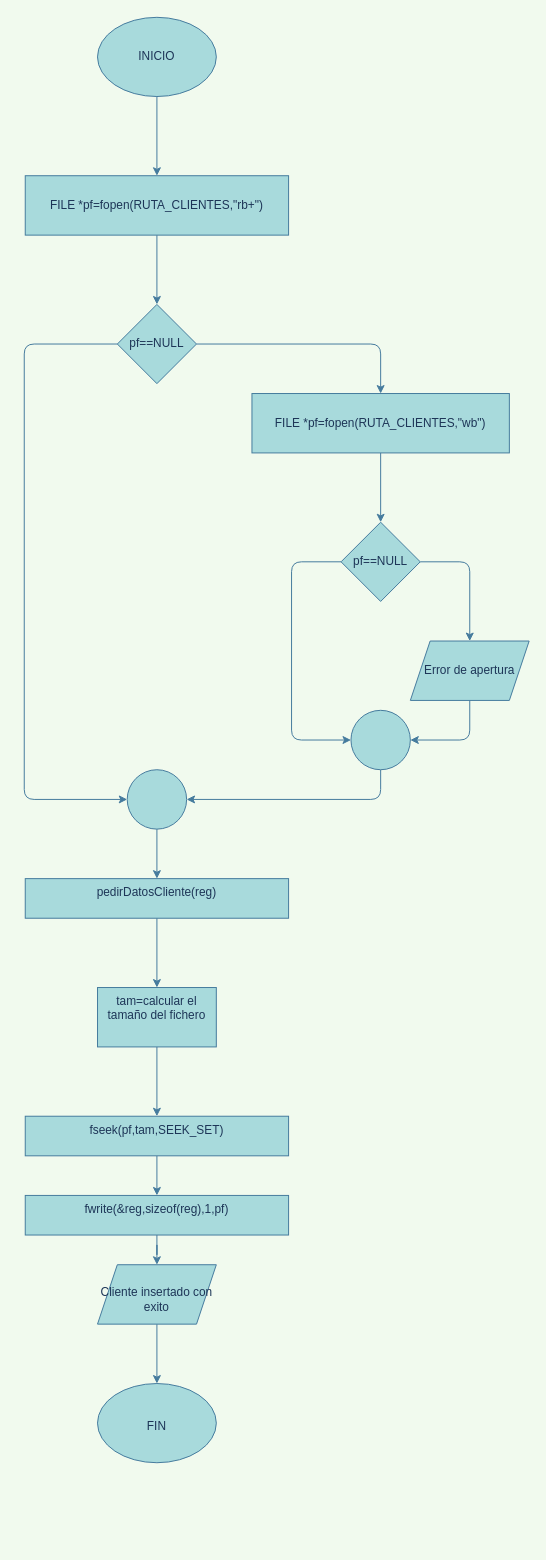
The draw.io diagram page "darDeAltaCliente" (1 of 4) of ProyectoCXabierGarrote/ProyectoCXabierGarrote/OpcionesMenuClientes.drawio in xabier100/PROGRAMACION_Proyecto_Servicios, before the edit. Source tidied: cells renumbered, new cells numbered last; positions are measured from the earlier drawing's top-left corner, leaving out a move shared by most shapes. Both pictures are drawn from the tidied source at 99%, with x=0, y=0 at pixel (24, 17).
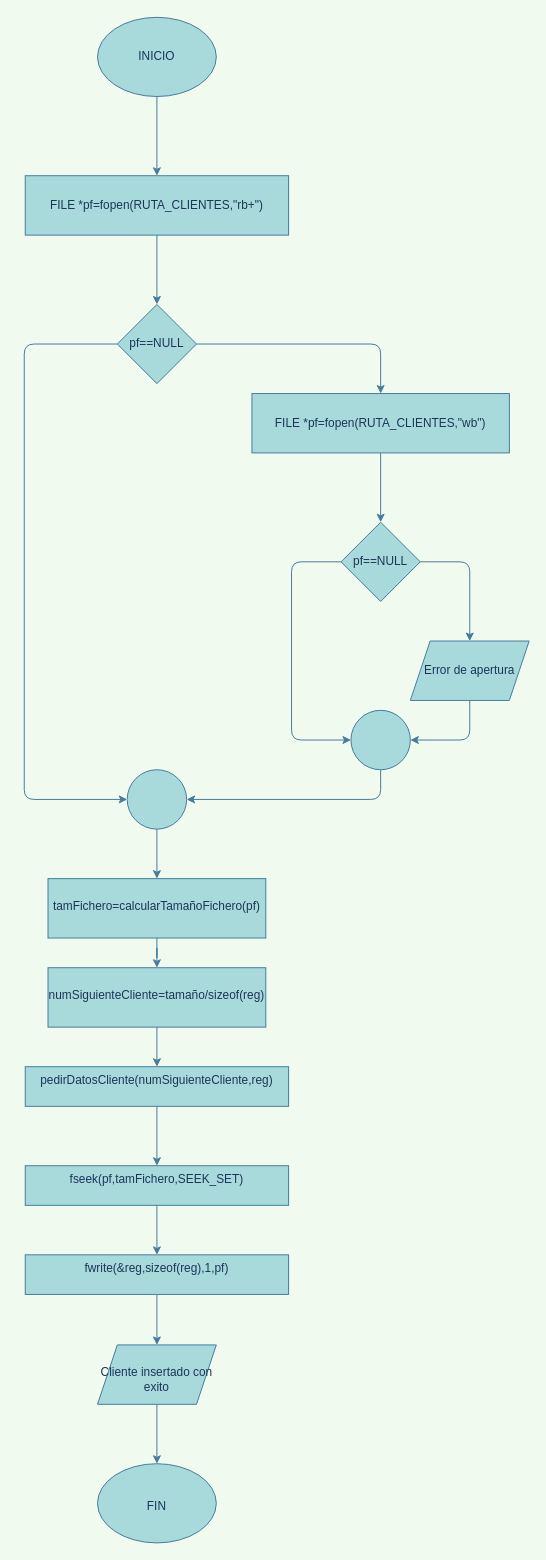
The same diagram, later.

The change refers to these unchanged cells:
```xml
<mxCell id="19" style="verticalLabelPosition=bottom;verticalAlign=top;html=1;shape=mxgraph.flowchart.on-page_reference;rounded=0;sketch=0;strokeColor=#457B9D;fillColor=#A8DADC;fontColor=#1D3557;" parent="1" vertex="1">
  <mxGeometry x="104" y="760" width="60" height="60" as="geometry" />
</mxCell>
```

What changed in the source:
```diff
@@
-    <mxCell id="18" style="edgeStyle=orthogonalEdgeStyle;rounded=0;jettySize=auto;html=1;entryX=0.5;entryY=0;entryDx=0;entryDy=0;labelBackgroundColor=#F1FAEE;strokeColor=#457B9D;fontColor=#1D3557;" parent="1" edge="1" source="19" target="27">
-      <mxGeometry relative="1" as="geometry" />
-    </mxCell>
+    <mxCell id="31" style="edgeStyle=orthogonalEdgeStyle;rounded=0;jettySize=auto;html=1;labelBackgroundColor=#F1FAEE;strokeColor=#457B9D;fontColor=#1D3557;" parent="1" edge="1" source="19" target="34">
+      <mxGeometry relative="1" as="geometry" />
+    </mxCell>
@@
-    <mxCell id="20" style="edgeStyle=orthogonalEdgeStyle;rounded=0;jettySize=auto;html=1;labelBackgroundColor=#F1FAEE;strokeColor=#457B9D;fontColor=#1D3557;" parent="1" edge="1" source="21" target="23">
-      <mxGeometry relative="1" as="geometry" />
-    </mxCell>
-    <mxCell id="21" value="tam=calcular el tamaño del fichero" style="whiteSpace=wrap;html=1;rounded=0;fontColor=#1D3557;verticalAlign=top;strokeColor=#457B9D;fillColor=#A8DADC;sketch=0;" parent="1" vertex="1">
-      <mxGeometry x="74" y="980" width="120" height="60" as="geometry" />
-    </mxCell>
-    <mxCell id="22" style="edgeStyle=orthogonalEdgeStyle;rounded=0;jettySize=auto;html=1;labelBackgroundColor=#F1FAEE;strokeColor=#457B9D;fontColor=#1D3557;" parent="1" edge="1" source="23" target="25">
+    <mxCell id="22" style="edgeStyle=orthogonalEdgeStyle;rounded=0;jettySize=auto;html=1;strokeColor=#457B9D;fontColor=#1D3557;labelBackgroundColor=#F1FAEE;" parent="1" edge="1" source="23" target="25">
       <mxGeometry relative="1" as="geometry" />
     </mxCell>
-    <mxCell id="23" value="fseek(pf,tam,SEEK_SET)" style="whiteSpace=wrap;html=1;rounded=0;fontColor=#1D3557;verticalAlign=top;strokeColor=#457B9D;fillColor=#A8DADC;sketch=0;" parent="1" vertex="1">
-      <mxGeometry x="1" y="1110" width="266" height="40" as="geometry" />
+    <mxCell id="23" value="fseek(pf,tamFichero,SEEK_SET)" style="whiteSpace=wrap;html=1;rounded=0;fontColor=#1D3557;verticalAlign=top;strokeColor=#457B9D;fillColor=#A8DADC;sketch=0;" parent="1" vertex="1">
+      <mxGeometry x="1" y="1160" width="266" height="40" as="geometry" />
     </mxCell>
-    <mxCell id="24" style="edgeStyle=orthogonalEdgeStyle;rounded=0;jettySize=auto;html=1;labelBackgroundColor=#F1FAEE;strokeColor=#457B9D;fontColor=#1D3557;" parent="1" edge="1" source="25" target="30">
+    <mxCell id="24" style="edgeStyle=orthogonalEdgeStyle;rounded=0;jettySize=auto;html=1;strokeColor=#457B9D;fontColor=#1D3557;labelBackgroundColor=#F1FAEE;" parent="1" edge="1" source="25" target="30">
       <mxGeometry relative="1" as="geometry" />
     </mxCell>
     <mxCell id="25" value="fwrite(&amp;amp;reg,sizeof(reg),1,pf)" style="whiteSpace=wrap;html=1;rounded=0;fontColor=#1D3557;verticalAlign=top;strokeColor=#457B9D;fillColor=#A8DADC;sketch=0;" parent="1" vertex="1">
-      <mxGeometry x="1" y="1190" width="266" height="40" as="geometry" />
+      <mxGeometry x="1" y="1250" width="266" height="40" as="geometry" />
     </mxCell>
-    <mxCell id="26" style="edgeStyle=orthogonalEdgeStyle;rounded=0;jettySize=auto;html=1;labelBackgroundColor=#F1FAEE;strokeColor=#457B9D;fontColor=#1D3557;" parent="1" edge="1" source="27" target="21">
-      <mxGeometry relative="1" as="geometry" />
-    </mxCell>
+    <mxCell id="32" style="edgeStyle=orthogonalEdgeStyle;rounded=0;jettySize=auto;html=1;labelBackgroundColor=#F1FAEE;strokeColor=#457B9D;fontColor=#1D3557;" parent="1" edge="1" source="27" target="23">
+      <mxGeometry relative="1" as="geometry" />
+    </mxCell>
-    <mxCell id="27" value="pedirDatosCliente(reg)" style="whiteSpace=wrap;html=1;rounded=0;fontColor=#1D3557;verticalAlign=top;strokeColor=#457B9D;fillColor=#A8DADC;sketch=0;" parent="1" vertex="1">
-      <mxGeometry x="1" y="870" width="266" height="40" as="geometry" />
+    <mxCell id="27" value="pedirDatosCliente(numSiguienteCliente,reg)" style="whiteSpace=wrap;html=1;rounded=0;fontColor=#1D3557;verticalAlign=top;strokeColor=#457B9D;fillColor=#A8DADC;sketch=0;" parent="1" vertex="1">
+      <mxGeometry x="1" y="1060" width="266" height="40" as="geometry" />
     </mxCell>
     <mxCell id="28" value="&lt;br&gt;&lt;br&gt;FIN" style="ellipse;whiteSpace=wrap;html=1;rounded=0;fontColor=#1D3557;verticalAlign=top;strokeColor=#457B9D;fillColor=#A8DADC;sketch=0;" parent="1" vertex="1">
-      <mxGeometry x="74" y="1380" width="120" height="80" as="geometry" />
+      <mxGeometry x="74" y="1461" width="120" height="80" as="geometry" />
     </mxCell>
-    <mxCell id="29" style="edgeStyle=orthogonalEdgeStyle;rounded=0;jettySize=auto;html=1;labelBackgroundColor=#F1FAEE;strokeColor=#457B9D;fontColor=#1D3557;" parent="1" edge="1" source="30" target="28">
+    <mxCell id="29" style="edgeStyle=orthogonalEdgeStyle;rounded=0;jettySize=auto;html=1;strokeColor=#457B9D;fontColor=#1D3557;labelBackgroundColor=#F1FAEE;" parent="1" edge="1" source="30" target="28">
       <mxGeometry relative="1" as="geometry" />
     </mxCell>
     <mxCell id="30" value="&lt;br&gt;Cliente insertado con exito" style="shape=parallelogram;perimeter=parallelogramPerimeter;whiteSpace=wrap;html=1;fixedSize=1;rounded=0;fontColor=#1D3557;verticalAlign=top;strokeColor=#457B9D;fillColor=#A8DADC;sketch=0;" parent="1" vertex="1">
-      <mxGeometry x="74" y="1260" width="120" height="60" as="geometry" />
+      <mxGeometry x="74" y="1341" width="120" height="60" as="geometry" />
     </mxCell>
+    <mxCell id="33" style="edgeStyle=orthogonalEdgeStyle;rounded=0;jettySize=auto;html=1;labelBackgroundColor=#F1FAEE;strokeColor=#457B9D;fontColor=#1D3557;" parent="1" edge="1" source="34" target="36">
+      <mxGeometry relative="1" as="geometry" />
+    </mxCell>
+    <mxCell id="34" value="&lt;br&gt;tamFichero=calcularTamañoFichero(pf)" style="whiteSpace=wrap;html=1;rounded=0;fontColor=#1D3557;verticalAlign=top;strokeColor=#457B9D;fillColor=#A8DADC;sketch=0;" parent="1" vertex="1">
+      <mxGeometry x="24" y="870" width="220" height="60" as="geometry" />
+    </mxCell>
+    <mxCell id="35" style="edgeStyle=orthogonalEdgeStyle;rounded=0;jettySize=auto;html=1;labelBackgroundColor=#F1FAEE;strokeColor=#457B9D;fontColor=#1D3557;" parent="1" edge="1" source="36" target="27">
+      <mxGeometry relative="1" as="geometry" />
+    </mxCell>
+    <mxCell id="36" value="&lt;br&gt;numSiguienteCliente=tamaño/sizeof(reg)" style="whiteSpace=wrap;html=1;rounded=0;fontColor=#1D3557;verticalAlign=top;strokeColor=#457B9D;fillColor=#A8DADC;sketch=0;" parent="1" vertex="1">
+      <mxGeometry x="24" y="960" width="220" height="60" as="geometry" />
+    </mxCell>
```
